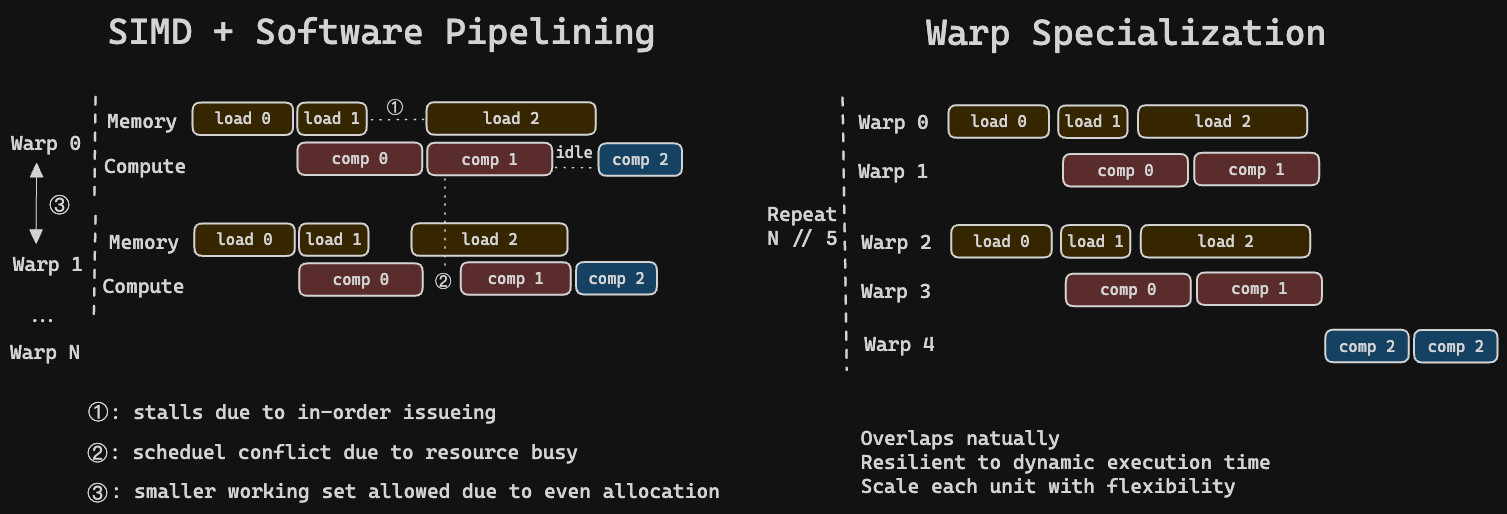
The Excalidraw diagram static/images/vdcores/simd_vs_decouple.png in WukLab/wuklab_sysml, before a commit. Source tidied: one line per element, renumbered; positions are measured from the earlier drawing's top-left corner, leaving out a move shared by most shapes.
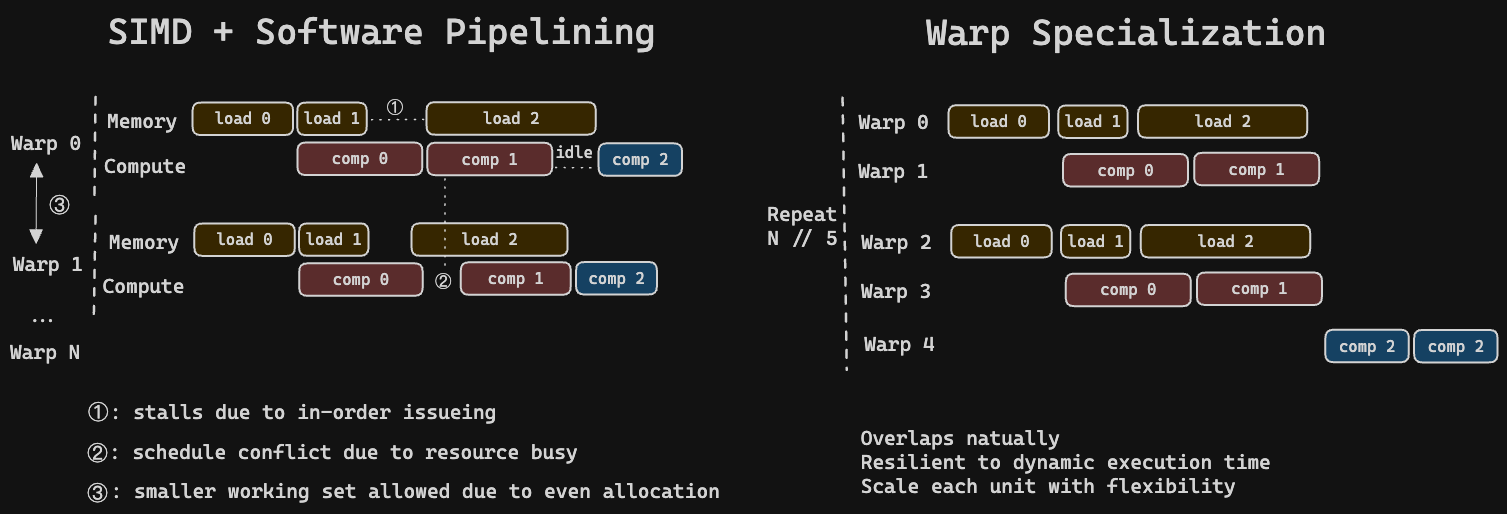
After the commit.

Change to the diagram source:
```diff
@@ -40,7 +40,7 @@
 {"id": 39, "type": "text", "text": "①", "strokeColor": "#1e1e1e", "strokeWidth": 1, "roughness": 0, "fontSize": 20, "fontFamily": 3, "x": 78, "y": 390, "width": 20, "height": 24}
 {"id": 40, "type": "text", "text": ": stalls due to in-order issueing", "strokeColor": "#1e1e1e", "strokeWidth": 1, "roughness": 0, "fontSize": 20, "fontFamily": 3, "x": 100, "y": 390, "width": 387, "height": 24}
 {"id": 41, "type": "text", "text": "②", "strokeColor": "#1e1e1e", "strokeWidth": 1, "roughness": 0, "fontSize": 20, "fontFamily": 3, "x": 77, "y": 431, "width": 20, "height": 24}
-{"id": 42, "type": "text", "text": ": scheduel conflict due to resource busy ", "strokeColor": "#1e1e1e", "strokeWidth": 1, "roughness": 0, "fontSize": 20, "fontFamily": 3, "x": 99, "y": 431, "width": 480, "height": 24}
+{"id": 42, "type": "text", "text": ": schedule conflict due to resource busy ", "strokeColor": "#1e1e1e", "strokeWidth": 1, "roughness": 0, "fontSize": 20, "fontFamily": 3, "x": 99, "y": 431, "width": 480, "height": 24}
 {"id": 43, "type": "text", "text": "③", "strokeColor": "#1e1e1e", "strokeWidth": 1, "roughness": 0, "fontSize": 20, "fontFamily": 3, "x": 78, "y": 471, "width": 20, "height": 24}
 {"id": 44, "type": "text", "text": ": smaller working set allowed due to even allocation", "strokeColor": "#1e1e1e", "strokeWidth": 1, "roughness": 0, "fontSize": 20, "fontFamily": 3, "x": 101, "y": 469, "width": 609, "height": 24}
 {"id": 45, "type": "text", "text": "Warp Specialization ", "strokeColor": "#1e1e1e", "backgroundColor": "#eebefa", "fillStyle": "solid", "strokeWidth": 2, "roughness": 0, "fontSize": 36, "fontFamily": 3, "textAlign": "right", "x": 916, "y": 1, "width": 422, "height": 43}
```
